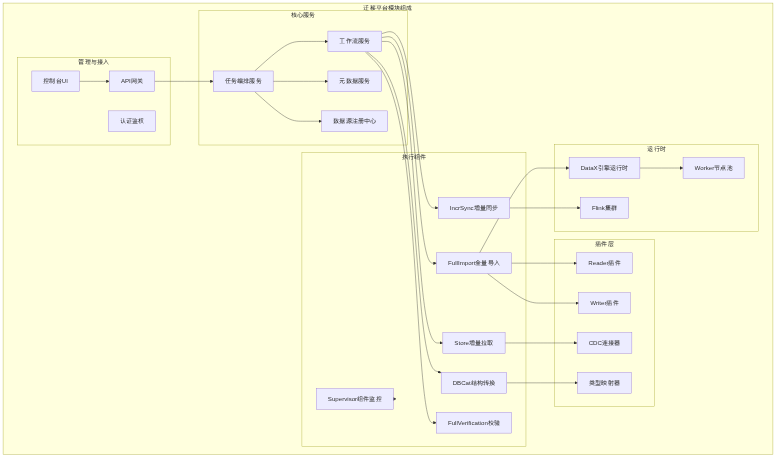
Before: doc/images/fig3-2-module-composition.png, a diagram exported from Mermaid (program231/design). Its source is kept beside it as doc/diagrams/fig3-2-module-composition.mmd.
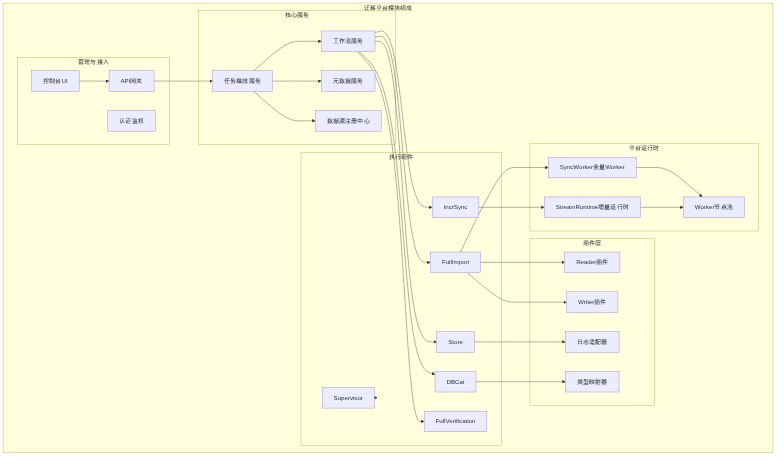
The same diagram one commit later.

The edit, as a diff of the source:
```diff
@@ -14,24 +14,24 @@
         end
 
         subgraph engines [执行组件]
-            DBCat[DBCat结构转换]
-            FullImport[FullImport全量导入]
-            Store[Store增量拉取]
-            IncrSync[IncrSync增量同步]
-            Checker[FullVerification校验]
-            Supervisor[Supervisor组件监控]
+            DBCat[DBCat]
+            FullImport[FullImport]
+            Store[Store]
+            IncrSync[IncrSync]
+            Checker[FullVerification]
+            Supervisor[Supervisor]
         end
 
         subgraph plugins [插件层]
             ReaderPlugins[Reader插件]
             WriterPlugins[Writer插件]
-            CDCConnectors[CDC连接器]
+            LogAdapters[日志适配器]
             TypeMapper[类型映射器]
         end
 
-        subgraph runtime [运行时]
-            DataXRuntime[DataX引擎运行时]
-            FlinkCluster[Flink集群]
+        subgraph runtime [平台运行时]
+            SyncWorker[SyncWorker全量Worker]
+            StreamRuntime[StreamRuntime增量运行时]
             WorkerPool[Worker节点池]
         end
     end
@@ -47,10 +47,11 @@
     WorkflowSvc --> IncrSync
     WorkflowSvc --> Checker
     Supervisor --> engines
-    FullImport --> DataXRuntime
+    FullImport --> SyncWorker
     FullImport --> ReaderPlugins
     FullImport --> WriterPlugins
-    Store --> CDCConnectors
-    IncrSync --> FlinkCluster
+    Store --> LogAdapters
+    IncrSync --> StreamRuntime
     DBCat --> TypeMapper
-    DataXRuntime --> WorkerPool
+    SyncWorker --> WorkerPool
+    StreamRuntime --> WorkerPool
```
